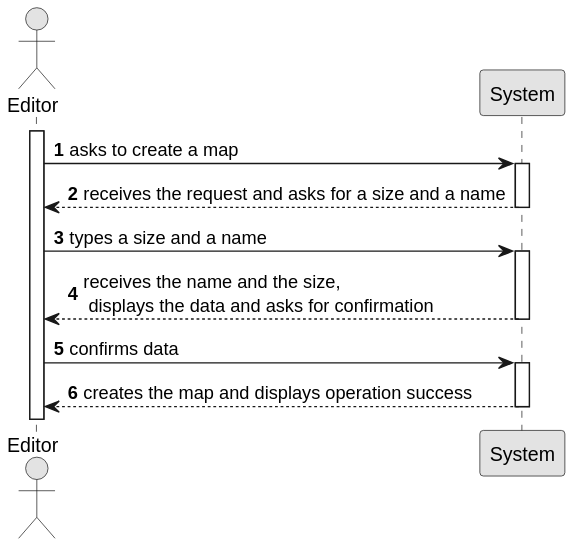
1240935/pi2-railway-simulator keeps this PlantUML diagram as Sprint2/US001/01.requirements-engineering/svg/US001-SSD.svg. Above is the earlier version.
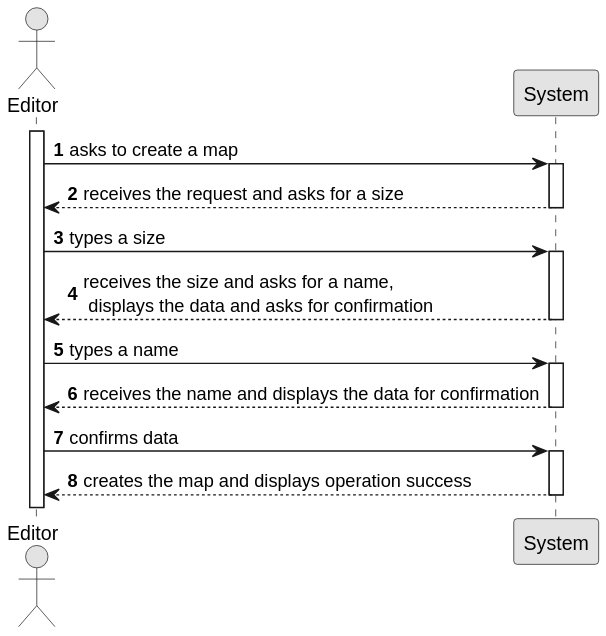
After the commit.

Change to the diagram source:
```diff
@@ -13,15 +13,20 @@
     Editor -> System : asks to create a map
     activate System
 
-        System --> Editor : receives the request and asks for a size and a name
+        System --> Editor : receives the request and asks for a size
     deactivate System
 
-    Editor -> System : types a size and a name
+    Editor -> System : types a size
     activate System
 
-        System --> Editor : receives the name and the size, \n displays the data and asks for confirmation
+        System --> Editor : receives the size and asks for a name, \n displays the data and asks for confirmation
+    deactivate System
 
-    deactivate System
+    Editor -> System : types a name
+    activate System
+
+    System --> Editor : receives the name and displays the data for confirmation
+            deactivate System
 
     Editor -> System : confirms data
 
```
